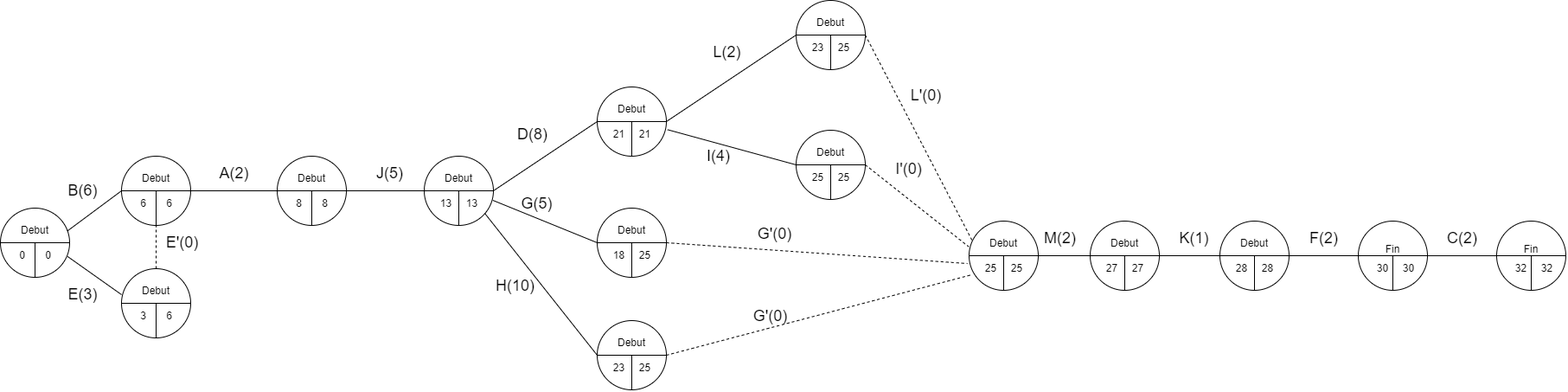
Earlier version of the draw.io export DAI2020/Expert.drawio.png (Drleet/Java-Exercices). Source tidied: cells renumbered, new cells last; positions are measured from the earlier drawing's top-left corner, leaving out a move shared by most shapes.
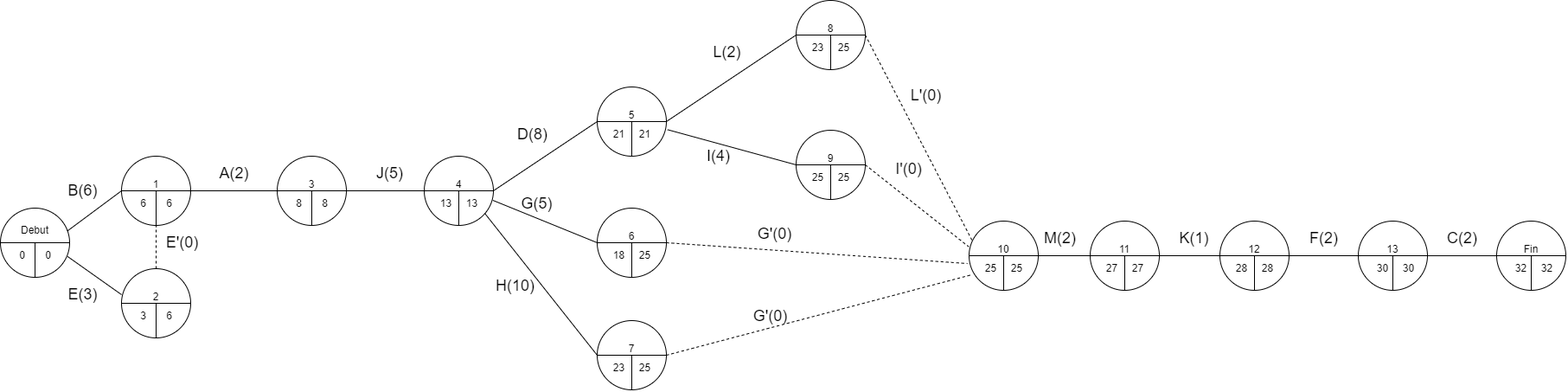
After the change.

The edit, as a diff of the source:
```diff
@@ -13,7 +13,7 @@
         <mxPoint x="40" y="280" as="targetPoint" />
       </mxGeometry>
     </mxCell>
-    <mxCell id="5" value="Fin&lt;br&gt;&lt;br&gt;" style="ellipse;whiteSpace=wrap;html=1;" parent="1" vertex="1">
+    <mxCell id="5" value="13&lt;br&gt;&lt;br&gt;" style="ellipse;whiteSpace=wrap;html=1;" parent="1" vertex="1">
       <mxGeometry x="1570" y="255" width="80" height="80" as="geometry" />
     </mxCell>
     <mxCell id="6" style="endArrow=none;html=1;rounded=0;entryX=1;entryY=0.5;entryDx=0;entryDy=0;exitX=0;exitY=0.5;exitDx=0;exitDy=0;" parent="1" edge="1" source="5" target="5">
@@ -30,7 +30,7 @@
     <mxCell id="9" value="0" style="text;html=1;align=center;verticalAlign=middle;strokeColor=none;fillColor=none;" parent="1" vertex="1">
       <mxGeometry x="40" y="280" width="30" height="30" as="geometry" />
     </mxCell>
-    <mxCell id="10" value="Debut&lt;br&gt;&lt;br&gt;&lt;br&gt;" style="ellipse;whiteSpace=wrap;html=1;" parent="1" vertex="1">
+    <mxCell id="10" value="1&lt;br&gt;&lt;br&gt;" style="ellipse;whiteSpace=wrap;html=1;" parent="1" vertex="1">
       <mxGeometry x="140" y="180" width="80" height="80" as="geometry" />
     </mxCell>
     <mxCell id="11" style="endArrow=none;html=1;rounded=0;entryX=1;entryY=0.5;entryDx=0;entryDy=0;exitX=0;exitY=0.5;exitDx=0;exitDy=0;" parent="1" edge="1" source="10" target="10">
@@ -47,7 +47,7 @@
     <mxCell id="14" value="6" style="text;html=1;align=center;verticalAlign=middle;strokeColor=none;fillColor=none;" parent="1" vertex="1">
       <mxGeometry x="180" y="220" width="30" height="30" as="geometry" />
     </mxCell>
-    <mxCell id="15" value="Debut&lt;br&gt;&lt;br&gt;&lt;br&gt;" style="ellipse;whiteSpace=wrap;html=1;" parent="1" vertex="1">
+    <mxCell id="15" value="2&lt;br&gt;&lt;br&gt;" style="ellipse;whiteSpace=wrap;html=1;" parent="1" vertex="1">
       <mxGeometry x="140" y="310" width="80" height="80" as="geometry" />
     </mxCell>
     <mxCell id="16" style="endArrow=none;html=1;rounded=0;entryX=1;entryY=0.5;entryDx=0;entryDy=0;exitX=0;exitY=0.5;exitDx=0;exitDy=0;" parent="1" edge="1" source="15" target="15">
@@ -64,7 +64,7 @@
     <mxCell id="19" value="6" style="text;html=1;align=center;verticalAlign=middle;strokeColor=none;fillColor=none;" parent="1" vertex="1">
       <mxGeometry x="180" y="350" width="30" height="30" as="geometry" />
     </mxCell>
-    <mxCell id="20" value="Debut&lt;br&gt;&lt;br&gt;&lt;br&gt;" style="ellipse;whiteSpace=wrap;html=1;" parent="1" vertex="1">
+    <mxCell id="20" value="3&lt;br&gt;&lt;br&gt;" style="ellipse;whiteSpace=wrap;html=1;" parent="1" vertex="1">
       <mxGeometry x="320" y="180" width="80" height="80" as="geometry" />
     </mxCell>
     <mxCell id="21" style="endArrow=none;html=1;rounded=0;entryX=1;entryY=0.5;entryDx=0;entryDy=0;exitX=0;exitY=0.5;exitDx=0;exitDy=0;" parent="1" edge="1" source="20" target="20">
@@ -81,7 +81,7 @@
     <mxCell id="24" value="8" style="text;html=1;align=center;verticalAlign=middle;strokeColor=none;fillColor=none;" parent="1" vertex="1">
       <mxGeometry x="360" y="220" width="30" height="30" as="geometry" />
     </mxCell>
-    <mxCell id="25" value="Debut&lt;br&gt;&lt;br&gt;&lt;br&gt;" style="ellipse;whiteSpace=wrap;html=1;" parent="1" vertex="1">
+    <mxCell id="25" value="4&lt;br&gt;&lt;br&gt;" style="ellipse;whiteSpace=wrap;html=1;" parent="1" vertex="1">
       <mxGeometry x="490" y="180" width="80" height="80" as="geometry" />
     </mxCell>
     <mxCell id="26" style="endArrow=none;html=1;rounded=0;entryX=1;entryY=0.5;entryDx=0;entryDy=0;exitX=0;exitY=0.5;exitDx=0;exitDy=0;" parent="1" edge="1" source="25" target="25">
@@ -98,7 +98,7 @@
     <mxCell id="29" value="13" style="text;html=1;align=center;verticalAlign=middle;strokeColor=none;fillColor=none;" parent="1" vertex="1">
       <mxGeometry x="525" y="220" width="40" height="30" as="geometry" />
     </mxCell>
-    <mxCell id="30" value="Debut&lt;br&gt;&lt;br&gt;&lt;br&gt;" style="ellipse;whiteSpace=wrap;html=1;" parent="1" vertex="1">
+    <mxCell id="30" value="5&lt;br&gt;&lt;br&gt;" style="ellipse;whiteSpace=wrap;html=1;" parent="1" vertex="1">
       <mxGeometry x="690" y="100" width="80" height="80" as="geometry" />
     </mxCell>
     <mxCell id="31" style="endArrow=none;html=1;rounded=0;entryX=1;entryY=0.5;entryDx=0;entryDy=0;exitX=0;exitY=0.5;exitDx=0;exitDy=0;" parent="1" edge="1" source="30" target="30">
@@ -115,7 +115,7 @@
     <mxCell id="34" value="21" style="text;html=1;align=center;verticalAlign=middle;strokeColor=none;fillColor=none;" parent="1" vertex="1">
       <mxGeometry x="725" y="140" width="40" height="30" as="geometry" />
     </mxCell>
-    <mxCell id="35" value="Debut&lt;br&gt;&lt;br&gt;&lt;br&gt;" style="ellipse;whiteSpace=wrap;html=1;" parent="1" vertex="1">
+    <mxCell id="35" value="6&lt;br&gt;&lt;br&gt;" style="ellipse;whiteSpace=wrap;html=1;" parent="1" vertex="1">
       <mxGeometry x="690" y="240" width="80" height="80" as="geometry" />
     </mxCell>
     <mxCell id="36" style="endArrow=none;html=1;rounded=0;entryX=1;entryY=0.5;entryDx=0;entryDy=0;exitX=0;exitY=0.5;exitDx=0;exitDy=0;" parent="1" edge="1" source="35" target="35">
@@ -132,7 +132,7 @@
     <mxCell id="39" value="25" style="text;html=1;align=center;verticalAlign=middle;strokeColor=none;fillColor=none;" parent="1" vertex="1">
       <mxGeometry x="725" y="280" width="40" height="30" as="geometry" />
     </mxCell>
-    <mxCell id="40" value="Debut&lt;br&gt;&lt;br&gt;&lt;br&gt;" style="ellipse;whiteSpace=wrap;html=1;" parent="1" vertex="1">
+    <mxCell id="40" value="7&lt;br&gt;&lt;br&gt;" style="ellipse;whiteSpace=wrap;html=1;" parent="1" vertex="1">
       <mxGeometry x="690" y="370" width="80" height="80" as="geometry" />
     </mxCell>
     <mxCell id="41" style="endArrow=none;html=1;rounded=0;entryX=1;entryY=0.5;entryDx=0;entryDy=0;exitX=0;exitY=0.5;exitDx=0;exitDy=0;" parent="1" edge="1" source="40" target="40">
@@ -149,7 +149,7 @@
     <mxCell id="44" value="25" style="text;html=1;align=center;verticalAlign=middle;strokeColor=none;fillColor=none;" parent="1" vertex="1">
       <mxGeometry x="725" y="410" width="40" height="30" as="geometry" />
     </mxCell>
-    <mxCell id="45" value="Debut&lt;br&gt;&lt;br&gt;&lt;br&gt;" style="ellipse;whiteSpace=wrap;html=1;" parent="1" vertex="1">
+    <mxCell id="45" value="8&lt;br&gt;&lt;br&gt;" style="ellipse;whiteSpace=wrap;html=1;" parent="1" vertex="1">
       <mxGeometry x="920" width="80" height="80" as="geometry" />
     </mxCell>
     <mxCell id="46" style="endArrow=none;html=1;rounded=0;entryX=1;entryY=0.5;entryDx=0;entryDy=0;exitX=0;exitY=0.5;exitDx=0;exitDy=0;" parent="1" edge="1" source="45" target="45">
@@ -166,7 +166,7 @@
     <mxCell id="49" value="25" style="text;html=1;align=center;verticalAlign=middle;strokeColor=none;fillColor=none;" parent="1" vertex="1">
       <mxGeometry x="955" y="40" width="40" height="30" as="geometry" />
     </mxCell>
-    <mxCell id="50" value="Debut&lt;br&gt;&lt;br&gt;&lt;br&gt;" style="ellipse;whiteSpace=wrap;html=1;" parent="1" vertex="1">
+    <mxCell id="50" value="9&lt;br&gt;&lt;br&gt;" style="ellipse;whiteSpace=wrap;html=1;" parent="1" vertex="1">
       <mxGeometry x="920" y="150" width="80" height="80" as="geometry" />
     </mxCell>
     <mxCell id="51" style="endArrow=none;html=1;rounded=0;entryX=1;entryY=0.5;entryDx=0;entryDy=0;exitX=0;exitY=0.5;exitDx=0;exitDy=0;" parent="1" edge="1" source="50" target="50">
@@ -183,7 +183,7 @@
     <mxCell id="54" value="25" style="text;html=1;align=center;verticalAlign=middle;strokeColor=none;fillColor=none;" parent="1" vertex="1">
       <mxGeometry x="955" y="190" width="40" height="30" as="geometry" />
     </mxCell>
-    <mxCell id="55" value="Debut&lt;br&gt;&lt;br&gt;&lt;br&gt;" style="ellipse;whiteSpace=wrap;html=1;" parent="1" vertex="1">
+    <mxCell id="55" value="10&lt;br&gt;&lt;br&gt;" style="ellipse;whiteSpace=wrap;html=1;" parent="1" vertex="1">
       <mxGeometry x="1120" y="255" width="80" height="80" as="geometry" />
     </mxCell>
     <mxCell id="56" style="endArrow=none;html=1;rounded=0;entryX=1;entryY=0.5;entryDx=0;entryDy=0;exitX=0;exitY=0.5;exitDx=0;exitDy=0;" parent="1" edge="1" source="55" target="55">
@@ -200,7 +200,7 @@
     <mxCell id="59" value="25" style="text;html=1;align=center;verticalAlign=middle;strokeColor=none;fillColor=none;" parent="1" vertex="1">
       <mxGeometry x="1155" y="295" width="40" height="30" as="geometry" />
     </mxCell>
-    <mxCell id="60" value="Debut&lt;br&gt;&lt;br&gt;&lt;br&gt;" style="ellipse;whiteSpace=wrap;html=1;" parent="1" vertex="1">
+    <mxCell id="60" value="11&lt;br&gt;&lt;br&gt;" style="ellipse;whiteSpace=wrap;html=1;" parent="1" vertex="1">
       <mxGeometry x="1260" y="255" width="80" height="80" as="geometry" />
     </mxCell>
     <mxCell id="61" style="endArrow=none;html=1;rounded=0;entryX=1;entryY=0.5;entryDx=0;entryDy=0;exitX=0;exitY=0.5;exitDx=0;exitDy=0;" parent="1" edge="1" source="60" target="60">
@@ -217,7 +217,7 @@
     <mxCell id="64" value="27" style="text;html=1;align=center;verticalAlign=middle;strokeColor=none;fillColor=none;" parent="1" vertex="1">
       <mxGeometry x="1295" y="295" width="40" height="30" as="geometry" />
     </mxCell>
-    <mxCell id="65" value="Debut&lt;br&gt;&lt;br&gt;&lt;br&gt;" style="ellipse;whiteSpace=wrap;html=1;" parent="1" vertex="1">
+    <mxCell id="65" value="12&lt;br&gt;&lt;br&gt;" style="ellipse;whiteSpace=wrap;html=1;" parent="1" vertex="1">
       <mxGeometry x="1410" y="255" width="80" height="80" as="geometry" />
     </mxCell>
     <mxCell id="66" style="endArrow=none;html=1;rounded=0;entryX=1;entryY=0.5;entryDx=0;entryDy=0;exitX=0;exitY=0.5;exitDx=0;exitDy=0;" parent="1" edge="1" source="65" target="65">
```
